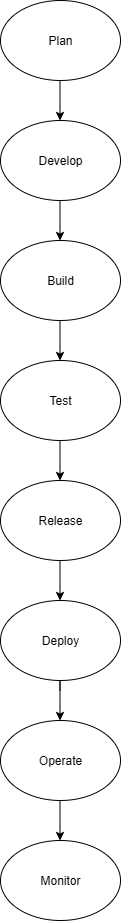
Above: Diagram.drawio.png in Moulikabokam204/my-first-repo (draw.io), before the change. Source tidied: cells renumbered, new cells last; positions are measured from the earlier drawing's top-left corner, leaving out a move shared by most shapes.
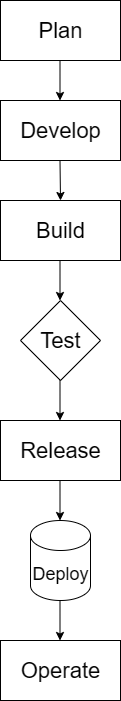
The same file after the commit.

The edit, as a diff of the source:
```diff
@@ -1,78 +1,63 @@
-<mxGraphModel>
+<mxGraphModel background="light-dark(#ffffff, #121212)">
   <root>
     <mxCell id="0" />
     <mxCell id="1" parent="0" />
+    <mxCell id="17" style="endArrow=classic;html=1;rounded=0;" parent="1" edge="1">
+      <mxGeometry relative="1" as="geometry">
+        <mxPoint x="59.5" y="2280" as="sourcePoint" />
+        <mxPoint x="59.5" y="2320" as="targetPoint" />
+      </mxGeometry>
+    </mxCell>
-    <mxCell id="2" value="Plan" style="ellipse;whiteSpace=wrap;html=1;fillColor=none;fontStyle=0;" parent="1" vertex="1">
-      <mxGeometry width="120" height="80" as="geometry" />
+    <mxCell id="2" value="Plan" style="rounded=0;whiteSpace=wrap;html=1;fontSize=22;" parent="1" vertex="1">
+      <mxGeometry y="2220" width="120" height="60" as="geometry" />
     </mxCell>
-    <mxCell id="3" value="Develop" style="ellipse;whiteSpace=wrap;html=1;" parent="1" vertex="1">
-      <mxGeometry y="120" width="120" height="80" as="geometry" />
+    <mxCell id="3" value="Develop" style="rounded=0;whiteSpace=wrap;html=1;fontSize=22;" parent="1" vertex="1">
+      <mxGeometry y="2320" width="120" height="60" as="geometry" />
     </mxCell>
+    <mxCell id="18" style="endArrow=classic;html=1;rounded=0;" parent="1" edge="1">
+      <mxGeometry relative="1" as="geometry">
+        <mxPoint x="59.5" y="2380" as="sourcePoint" />
+        <mxPoint x="60" y="2420" as="targetPoint" />
+      </mxGeometry>
+    </mxCell>
-    <mxCell id="4" value="Build" style="ellipse;whiteSpace=wrap;html=1;" parent="1" vertex="1">
-      <mxGeometry y="240" width="120" height="80" as="geometry" />
+    <mxCell id="4" value="Build" style="rounded=0;whiteSpace=wrap;html=1;fontSize=22;" parent="1" vertex="1">
+      <mxGeometry y="2420" width="120" height="60" as="geometry" />
     </mxCell>
+    <mxCell id="19" style="endArrow=classic;html=1;rounded=0;" parent="1" edge="1">
+      <mxGeometry relative="1" as="geometry">
+        <mxPoint x="59.5" y="2480" as="sourcePoint" />
+        <mxPoint x="59.5" y="2520" as="targetPoint" />
+      </mxGeometry>
+    </mxCell>
-    <mxCell id="5" value="Test" style="ellipse;whiteSpace=wrap;html=1;" parent="1" vertex="1">
-      <mxGeometry y="360" width="120" height="80" as="geometry" />
+    <mxCell id="5" value="Test" style="rhombus;whiteSpace=wrap;html=1;fontSize=22;" parent="1" vertex="1">
+      <mxGeometry x="20" y="2520" width="80" height="80" as="geometry" />
     </mxCell>
-    <mxCell id="6" style="endArrow=classic;html=1;rounded=0;" parent="1" edge="1">
-      <mxGeometry relative="1" as="geometry">
-        <mxPoint x="59.5" y="80" as="sourcePoint" />
-        <mxPoint x="59.5" y="120" as="targetPoint" />
-      </mxGeometry>
-    </mxCell>
-    <mxCell id="7" style="endArrow=classic;html=1;rounded=0;" parent="1" edge="1">
-      <mxGeometry relative="1" as="geometry">
-        <mxPoint x="59.5" y="200" as="sourcePoint" />
-        <mxPoint x="59.5" y="240" as="targetPoint" />
-      </mxGeometry>
-    </mxCell>
-    <mxCell id="8" style="endArrow=classic;html=1;rounded=0;" parent="1" edge="1">
-      <mxGeometry relative="1" as="geometry">
-        <mxPoint x="59.5" y="320" as="sourcePoint" />
-        <mxPoint x="59.5" y="360" as="targetPoint" />
-        <Array as="points">
-          <mxPoint x="59.5" y="320" />
-        </Array>
-      </mxGeometry>
-    </mxCell>
-    <mxCell id="9" style="endArrow=classic;html=1;rounded=0;" parent="1" edge="1">
-      <mxGeometry relative="1" as="geometry">
-        <mxPoint x="59.5" y="440" as="sourcePoint" />
-        <mxPoint x="59.5" y="480" as="targetPoint" />
-      </mxGeometry>
-    </mxCell>
+    <mxCell id="20" style="endArrow=classic;html=1;rounded=0;" parent="1" edge="1">
+      <mxGeometry relative="1" as="geometry">
+        <mxPoint x="59.5" y="2600" as="sourcePoint" />
+        <mxPoint x="59.5" y="2640" as="targetPoint" />
+      </mxGeometry>
+    </mxCell>
-    <mxCell id="10" value="Release" style="ellipse;whiteSpace=wrap;html=1;" parent="1" vertex="1">
-      <mxGeometry y="480" width="120" height="80" as="geometry" />
+    <mxCell id="10" value="Release" style="rounded=0;whiteSpace=wrap;html=1;fontSize=22;" parent="1" vertex="1">
+      <mxGeometry y="2640" width="120" height="60" as="geometry" />
     </mxCell>
-    <mxCell id="11" style="endArrow=classic;html=1;rounded=0;" parent="1" edge="1">
-      <mxGeometry relative="1" as="geometry">
-        <mxPoint x="59.5" y="560" as="sourcePoint" />
-        <mxPoint x="59.5" y="600" as="targetPoint" />
-      </mxGeometry>
-    </mxCell>
+    <mxCell id="21" style="endArrow=classic;html=1;rounded=0;" parent="1" edge="1">
+      <mxGeometry relative="1" as="geometry">
+        <mxPoint x="59.5" y="2700" as="sourcePoint" />
+        <mxPoint x="59.5" y="2740" as="targetPoint" />
+      </mxGeometry>
+    </mxCell>
+    <mxCell id="22" style="endArrow=classic;html=1;rounded=0;" parent="1" edge="1">
+      <mxGeometry relative="1" as="geometry">
+        <mxPoint x="59.5" y="2820" as="sourcePoint" />
+        <mxPoint x="59.5" y="2860" as="targetPoint" />
+      </mxGeometry>
+    </mxCell>
+    <mxCell id="14" value="Operate" style="rounded=0;whiteSpace=wrap;html=1;fontSize=22;" parent="1" vertex="1">
+      <mxGeometry y="2860" width="120" height="60" as="geometry" />
+    </mxCell>
-    <mxCell id="12" value="Deploy" style="ellipse;whiteSpace=wrap;html=1;" parent="1" vertex="1">
-      <mxGeometry y="600" width="120" height="80" as="geometry" />
+    <mxCell id="12" value="Deploy" style="shape=cylinder3;whiteSpace=wrap;html=1;boundedLbl=1;backgroundOutline=1;size=15;fontSize=18;" parent="1" vertex="1">
+      <mxGeometry x="30" y="2740" width="60" height="80" as="geometry" />
     </mxCell>
-    <mxCell id="13" style="endArrow=classic;html=1;rounded=0;" parent="1" edge="1">
-      <mxGeometry relative="1" as="geometry">
-        <mxPoint x="59.5" y="690" as="sourcePoint" />
-        <mxPoint x="59.5" y="720" as="targetPoint" />
-        <Array as="points">
-          <mxPoint x="59.5" y="680" />
-        </Array>
-      </mxGeometry>
-    </mxCell>
-    <mxCell id="14" value="Operate" style="ellipse;whiteSpace=wrap;html=1;" parent="1" vertex="1">
-      <mxGeometry y="720" width="120" height="80" as="geometry" />
-    </mxCell>
-    <mxCell id="15" style="endArrow=classic;html=1;rounded=0;" parent="1" edge="1">
-      <mxGeometry relative="1" as="geometry">
-        <mxPoint x="59.5" y="800" as="sourcePoint" />
-        <mxPoint x="59.5" y="840" as="targetPoint" />
-      </mxGeometry>
-    </mxCell>
-    <mxCell id="16" value="Monitor" style="ellipse;whiteSpace=wrap;html=1;" parent="1" vertex="1">
-      <mxGeometry y="840" width="120" height="80" as="geometry" />
-    </mxCell>
   </root>
 </mxGraphModel>
```
